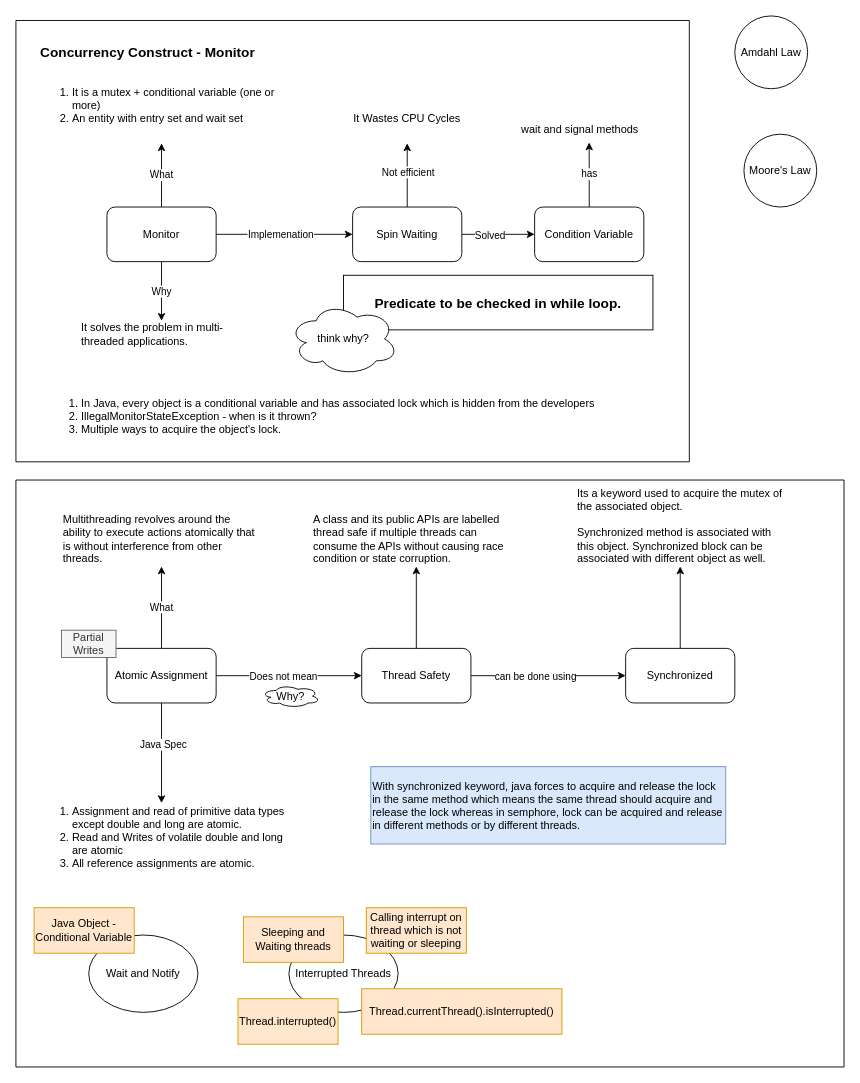
Before: multithreading-java.drawio in balaprojects/graphical_notes, a draw.io diagram. Source tidied: cells renumbered, new cells numbered last; positions are measured from the earlier drawing's top-left corner, leaving out a move shared by most shapes. Both pictures are drawn from the tidied source at 91%, with x=0, y=0 at pixel (15, 15).
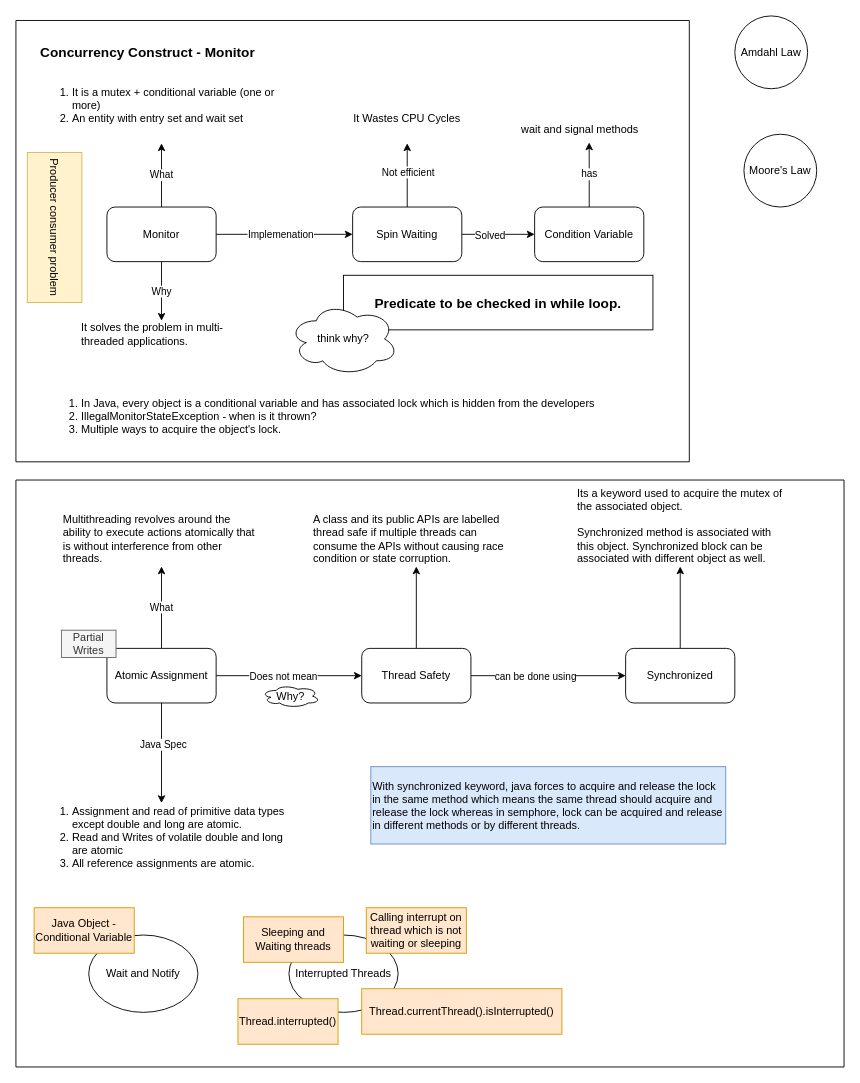
Above is the later version.

Unchanged cells that the change refers to:
```xml
<mxCell id="2" style="swimlane;startSize=0;" parent="1" vertex="1">
  <mxGeometry y="5" width="740" height="485" as="geometry" />
</mxCell>
```

The edit, as a diff of the source:
```diff
@@
+    <mxCell id="52" value="Producer consumer problem" style="text;html=1;align=center;verticalAlign=middle;whiteSpace=wrap;rounded=0;rotation=90;fillColor=#fff2cc;strokeColor=#d6b656;" parent="2" vertex="1">
+      <mxGeometry x="-40" y="197.5" width="165" height="60" as="geometry" />
+    </mxCell>
```
